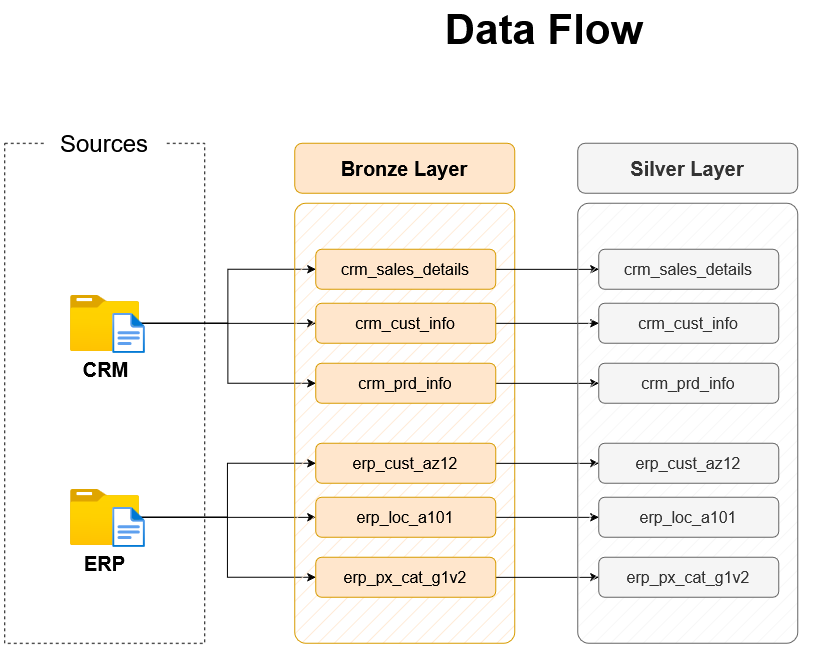
The draw.io diagram docs/3.data_flow.drawio.png in Dina-Sameh/sql-data-warehouse-project, before a commit. Source tidied: cells renumbered, new cells last; positions are measured from the earlier drawing's top-left corner, leaving out a move shared by most shapes.
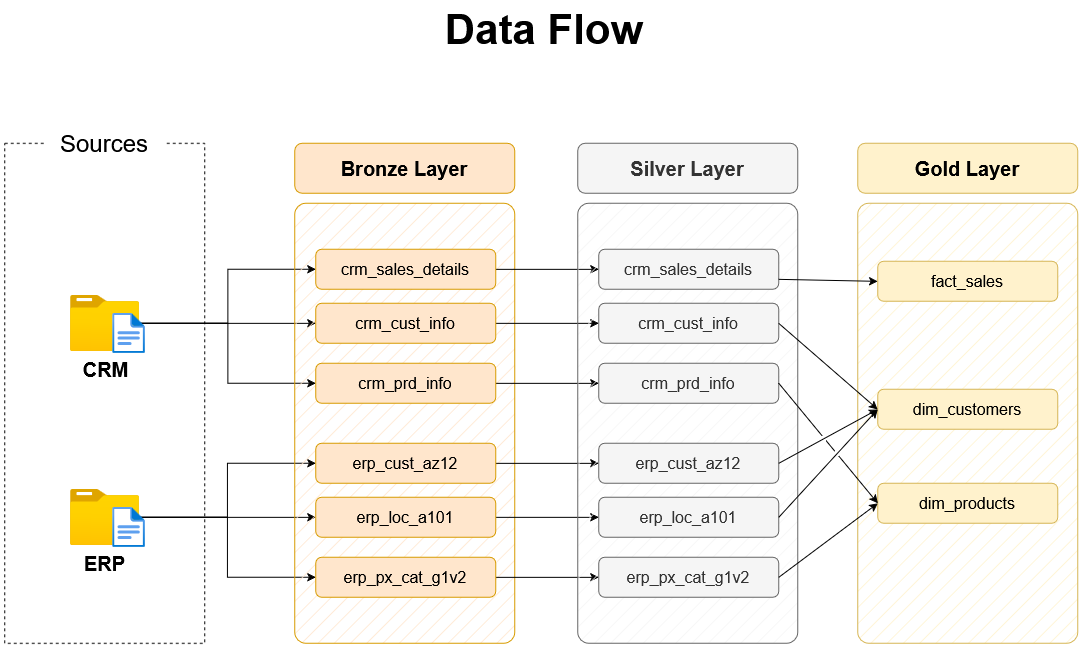
Later version of the same file.

Commit message:
feat(gold): add Gold layer with DDL and quality checks

What changed in the source:
```diff
@@ -98,6 +98,39 @@
     <mxCell id="33" value="erp_px_cat_g1v2" style="rounded=1;whiteSpace=wrap;html=1;fillColor=#f5f5f5;strokeColor=#666666;fontSize=16;fontStyle=0;fontColor=#333333;" parent="1" vertex="1">
       <mxGeometry x="594" y="553" width="180" height="40" as="geometry" />
     </mxCell>
+    <mxCell id="37" style="rounded=1;whiteSpace=wrap;html=1;fillColor=#fff2cc;strokeColor=#d6b656;fillStyle=hatch;arcSize=5;" parent="1" vertex="1">
+      <mxGeometry x="853" y="199" width="220" height="440" as="geometry" />
+    </mxCell>
+    <mxCell id="38" value="Gold Layer" style="rounded=1;whiteSpace=wrap;html=1;fillColor=#fff2cc;strokeColor=#d6b656;fontSize=20;fontStyle=1;" parent="1" vertex="1">
+      <mxGeometry x="853" y="139" width="220" height="50" as="geometry" />
+    </mxCell>
+    <mxCell id="39" value="fact_sales" style="rounded=1;whiteSpace=wrap;html=1;fillColor=#fff2cc;strokeColor=#d6b656;fontSize=16;fontStyle=0;" parent="1" vertex="1">
+      <mxGeometry x="873" y="257" width="180" height="40" as="geometry" />
+    </mxCell>
+    <mxCell id="40" value="dim_customers" style="rounded=1;whiteSpace=wrap;html=1;fillColor=#fff2cc;strokeColor=#d6b656;fontSize=16;fontStyle=0;" parent="1" vertex="1">
+      <mxGeometry x="873" y="385" width="180" height="40" as="geometry" />
+    </mxCell>
+    <mxCell id="41" value="dim_products" style="rounded=1;whiteSpace=wrap;html=1;fillColor=#fff2cc;strokeColor=#d6b656;fontSize=16;fontStyle=0;" parent="1" vertex="1">
+      <mxGeometry x="873" y="479" width="180" height="40" as="geometry" />
+    </mxCell>
+    <mxCell id="42" style="endArrow=classic;html=1;rounded=0;exitX=1;exitY=0.75;exitDx=0;exitDy=0;entryX=0;entryY=0.5;entryDx=0;entryDy=0;" parent="1" edge="1" source="28" target="39">
+      <mxGeometry relative="1" as="geometry" />
+    </mxCell>
+    <mxCell id="43" style="endArrow=classic;html=1;rounded=0;exitX=1;exitY=0.5;exitDx=0;exitDy=0;entryX=0;entryY=0.5;entryDx=0;entryDy=0;jumpStyle=gap;" parent="1" edge="1" source="29" target="40">
+      <mxGeometry relative="1" as="geometry" />
+    </mxCell>
+    <mxCell id="44" style="endArrow=classic;html=1;rounded=0;exitX=1;exitY=0.5;exitDx=0;exitDy=0;entryX=0;entryY=0.5;entryDx=0;entryDy=0;jumpStyle=gap;" parent="1" edge="1" source="31" target="40">
+      <mxGeometry relative="1" as="geometry" />
+    </mxCell>
+    <mxCell id="45" style="endArrow=classic;html=1;rounded=0;exitX=1;exitY=0.5;exitDx=0;exitDy=0;entryX=0;entryY=0.5;entryDx=0;entryDy=0;jumpStyle=gap;" parent="1" edge="1" source="32" target="40">
+      <mxGeometry relative="1" as="geometry" />
+    </mxCell>
+    <mxCell id="46" style="endArrow=classic;html=1;rounded=0;exitX=1;exitY=0.5;exitDx=0;exitDy=0;entryX=0;entryY=0.5;entryDx=0;entryDy=0;jumpStyle=gap;" parent="1" edge="1" source="30" target="41">
+      <mxGeometry relative="1" as="geometry" />
+    </mxCell>
+    <mxCell id="47" style="endArrow=classic;html=1;rounded=0;exitX=1;exitY=0.5;exitDx=0;exitDy=0;entryX=0;entryY=0.5;entryDx=0;entryDy=0;jumpStyle=gap;" parent="1" edge="1" source="33" target="41">
+      <mxGeometry relative="1" as="geometry" />
+    </mxCell>
     <mxCell id="34" style="image;html=1;align=center;fontSize=12;image=img/lib/azure2/general/File.svg;" parent="1" vertex="1">
       <mxGeometry x="108.1" y="309" width="32.5" height="40" as="geometry" />
     </mxCell>
```
